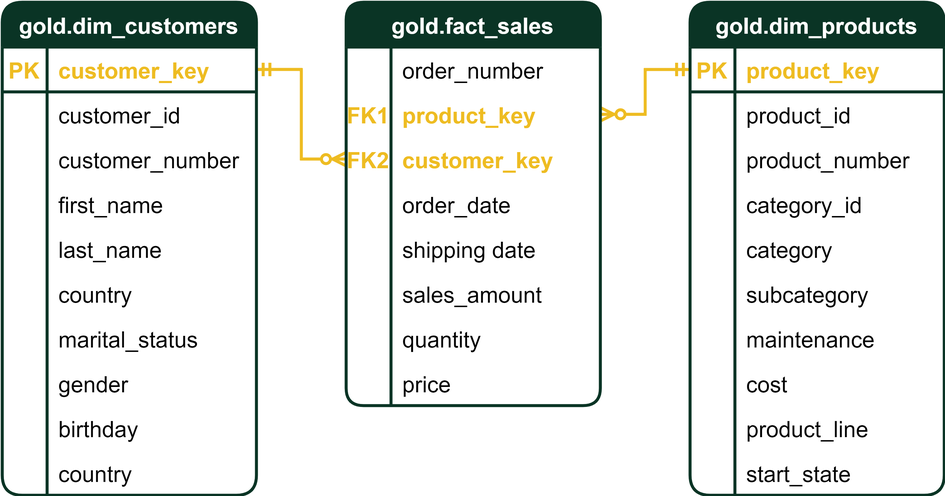
The draw.io diagram docs/data_warehouse/data_model(transparent).png in mmashoto/sql_data_warehouse_project, before a commit. Source tidied: cells renumbered, new cells last; positions are measured from the earlier drawing's top-left corner, leaving out a move shared by most shapes.
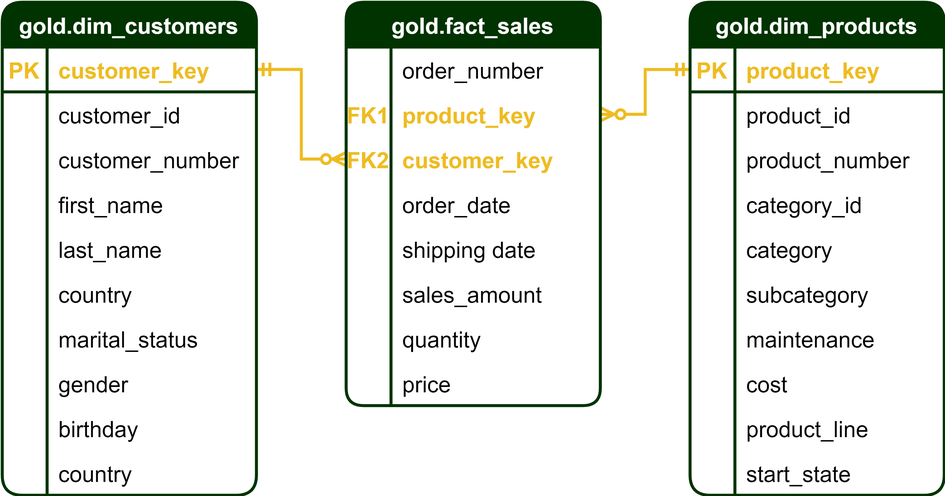
The same diagram one commit later.

Change to the diagram source:
```diff
@@ -8,10 +8,10 @@
     <mxCell id="3" style="edgeStyle=entityRelationEdgeStyle;fontSize=12;html=1;endArrow=ERzeroToMany;startArrow=ERmandOne;rounded=0;strokeColor=#EEBC22;exitX=0;exitY=0.5;exitDx=0;exitDy=0;strokeWidth=2;" parent="1" edge="1" source="61" target="39">
       <mxGeometry relative="1" as="geometry" />
     </mxCell>
-    <mxCell id="4" value="gold.dim_customers" style="shape=table;startSize=30;rowLines=0;fontStyle=1;align=center;fontSize=15;rounded=1;fillColor=#0A3425;strokeColor=#0A3425;fontColor=#FFFFFF;strokeWidth=2;swimlaneFillColor=none;" parent="1" vertex="1">
+    <mxCell id="4" value="gold.dim_customers" style="shape=table;startSize=30;rowLines=0;fontStyle=1;align=center;fontSize=15;rounded=1;fillColor=#003300;strokeColor=#003300;fontColor=#FFFFFF;strokeWidth=2;swimlaneFillColor=none;" parent="1" vertex="1">
       <mxGeometry width="170" height="330" as="geometry" />
     </mxCell>
-    <mxCell id="5" style="shape=partialRectangle;fillColor=none;top=0;left=0;bottom=1;right=0;points=[[0,0.5],[1,0.5]];portConstraint=eastwest;fontSize=15;strokeWidth=2;strokeColor=#0A3425;" parent="4" vertex="1">
+    <mxCell id="5" style="shape=partialRectangle;fillColor=none;top=0;left=0;bottom=1;right=0;points=[[0,0.5],[1,0.5]];portConstraint=eastwest;fontSize=15;strokeWidth=2;strokeColor=#003300;" parent="4" vertex="1">
       <mxGeometry y="30" width="170" height="30" as="geometry" />
     </mxCell>
     <mxCell id="6" value="PK" style="shape=partialRectangle;fillColor=none;top=0;left=0;bottom=0;right=0;fontStyle=1;overflow=hidden;fontSize=15;fontColor=#EEBC22;" parent="5" vertex="1">
@@ -20,7 +20,7 @@
     <mxCell id="7" value="customer_key" style="shape=partialRectangle;fillColor=none;top=0;left=0;bottom=0;right=0;align=left;spacingLeft=6;fontStyle=1;overflow=hidden;fontSize=15;fontColor=#EEBC22;strokeColor=#0A3425;" parent="5" vertex="1">
       <mxGeometry x="30" width="140" height="30" as="geometry" />
     </mxCell>
-    <mxCell id="8" style="shape=partialRectangle;fillColor=none;top=0;left=0;bottom=0;right=0;fontSize=15;" parent="4" vertex="1">
+    <mxCell id="8" style="shape=partialRectangle;fillColor=none;top=0;left=0;bottom=0;right=0;fontSize=15;strokeColor=#003300;" parent="4" vertex="1">
       <mxGeometry y="60" width="170" height="30" as="geometry" />
     </mxCell>
     <mxCell id="9" style="shape=partialRectangle;fillColor=none;top=0;left=0;bottom=0;right=0;overflow=hidden;fontSize=15;" parent="8" vertex="1">
@@ -101,7 +101,7 @@
     <mxCell id="34" value="country" style="shape=partialRectangle;fillColor=none;top=0;left=0;bottom=0;right=0;align=left;spacingLeft=6;overflow=hidden;fontSize=15;" parent="32" vertex="1">
       <mxGeometry x="30" width="140" height="30" as="geometry" />
     </mxCell>
-    <mxCell id="35" value="gold.fact_sales" style="shape=table;startSize=30;rowLines=0;fontStyle=1;align=center;fontSize=15;rounded=1;fillColor=#0A3425;strokeColor=#0A3425;arcSize=13;fontColor=#FFFFFF;strokeWidth=2;" parent="1" vertex="1">
+    <mxCell id="35" value="gold.fact_sales" style="shape=table;startSize=30;rowLines=0;fontStyle=1;align=center;fontSize=15;rounded=1;fillColor=#003300;strokeColor=#003300;arcSize=13;fontColor=#FFFFFF;strokeWidth=2;" parent="1" vertex="1">
       <mxGeometry x="230" width="170" height="270" as="geometry" />
     </mxCell>
     <mxCell id="36" style="shape=partialRectangle;fillColor=none;top=0;left=0;bottom=0;right=0;fontSize=15;" parent="35" vertex="1">
@@ -176,10 +176,10 @@
     <mxCell id="59" value="price" style="shape=partialRectangle;fillColor=none;top=0;left=0;bottom=0;right=0;align=left;spacingLeft=6;overflow=hidden;fontSize=15;" parent="57" vertex="1">
       <mxGeometry x="30" width="140" height="30" as="geometry" />
     </mxCell>
-    <mxCell id="60" value="gold.dim_products" style="shape=table;startSize=30;rowLines=0;fontStyle=1;align=center;fontSize=15;rounded=1;fillColor=#0A3425;strokeColor=#0A3425;fontColor=#FFFFFF;strokeWidth=2;" parent="1" vertex="1">
+    <mxCell id="60" value="gold.dim_products" style="shape=table;startSize=30;rowLines=0;fontStyle=1;align=center;fontSize=15;rounded=1;fillColor=#003300;strokeColor=#003300;fontColor=#FFFFFF;strokeWidth=2;" parent="1" vertex="1">
       <mxGeometry x="460" width="170" height="330" as="geometry" />
     </mxCell>
-    <mxCell id="61" style="shape=partialRectangle;fillColor=none;top=0;left=0;bottom=1;right=0;points=[[0,0.5],[1,0.5]];portConstraint=eastwest;fontSize=15;strokeWidth=2;strokeColor=#0A3425;" parent="60" vertex="1">
+    <mxCell id="61" style="shape=partialRectangle;fillColor=none;top=0;left=0;bottom=1;right=0;points=[[0,0.5],[1,0.5]];portConstraint=eastwest;fontSize=15;strokeWidth=2;strokeColor=#003300;" parent="60" vertex="1">
       <mxGeometry y="30" width="170" height="30" as="geometry" />
     </mxCell>
     <mxCell id="62" value="PK" style="shape=partialRectangle;fillColor=none;top=0;left=0;bottom=0;right=0;fontStyle=1;overflow=hidden;fontSize=15;fontColor=#EEBC22;strokeWidth=2;" parent="61" vertex="1">
@@ -194,7 +194,7 @@
     <mxCell id="65" style="shape=partialRectangle;fillColor=none;top=0;left=0;bottom=0;right=0;overflow=hidden;fontSize=15;" parent="64" vertex="1">
       <mxGeometry width="30" height="30" as="geometry" />
     </mxCell>
-    <mxCell id="66" value="product_id" style="shape=partialRectangle;fillColor=none;top=0;left=0;bottom=0;right=0;align=left;spacingLeft=6;overflow=hidden;fontSize=15;" parent="64" vertex="1">
+    <mxCell id="66" value="product_id" style="shape=partialRectangle;fillColor=none;top=0;left=0;bottom=0;right=0;align=left;spacingLeft=6;overflow=hidden;fontSize=15;strokeColor=#003300;" parent="64" vertex="1">
       <mxGeometry x="30" width="140" height="30" as="geometry" />
     </mxCell>
     <mxCell id="67" style="shape=partialRectangle;fillColor=none;top=0;left=0;bottom=0;right=0;fontSize=15;" parent="60" vertex="1">
```
